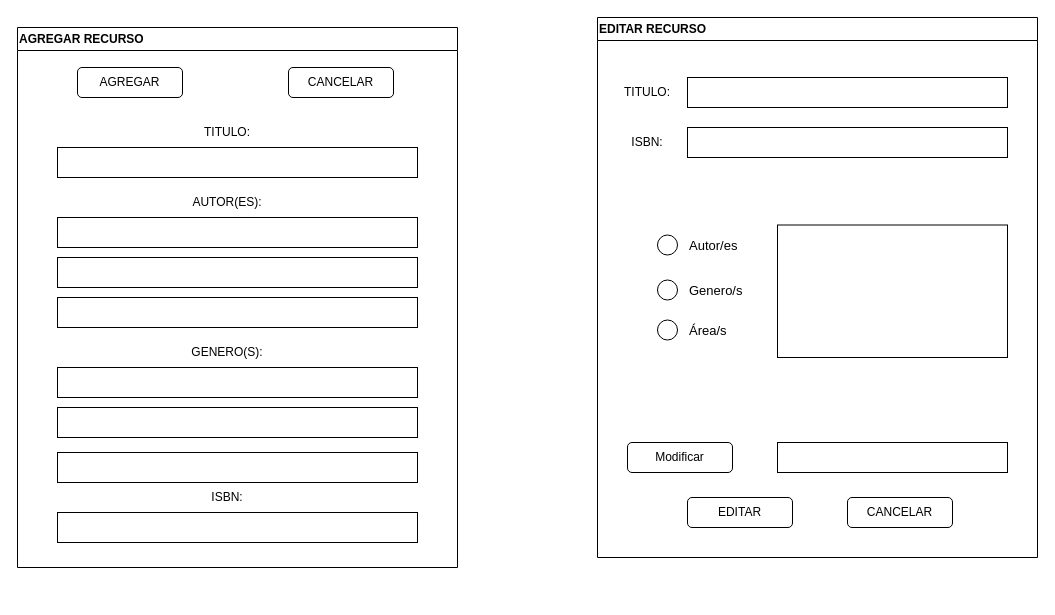
Before: page "Página-2" (2 of 4) of Interface Diagram.drawio in puyojulian/MiniProyecto3FPOE, a draw.io diagram. Source tidied: cells renumbered, new cells numbered last; positions are measured from the earlier drawing's top-left corner, leaving out a move shared by most shapes. Both pictures are drawn from the tidied source at 100%, with x=0, y=0 at pixel (17, 17).
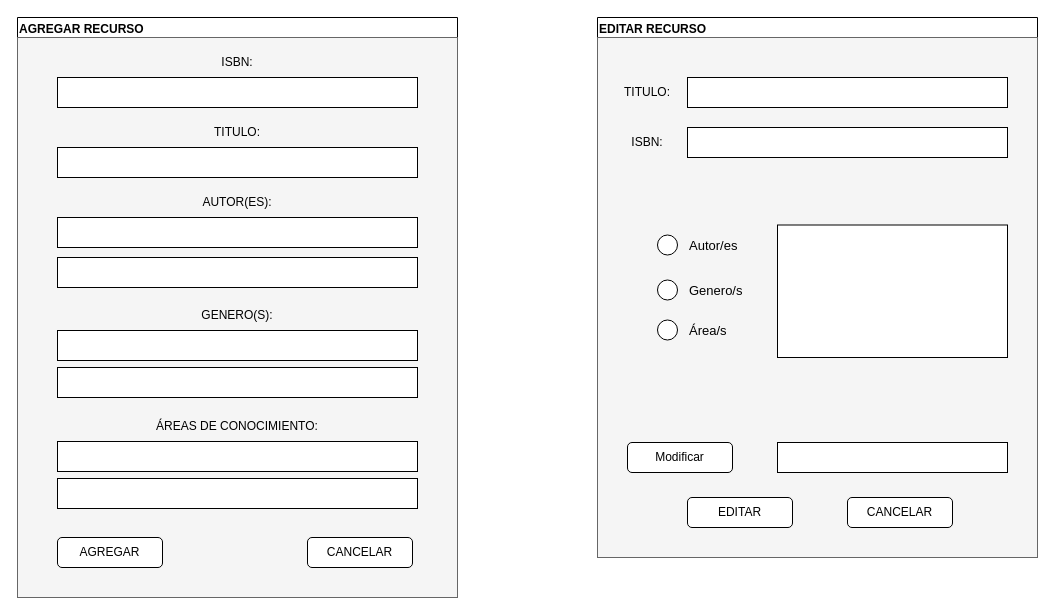
The same page after the edit.

The change refers to these unchanged cells:
```xml
<mxCell id="17" value="EDITAR RECURSO" style="swimlane;whiteSpace=wrap;html=1;align=left;" parent="1" vertex="1">
  <mxGeometry x="580" width="440" height="540" as="geometry" />
</mxCell>
```

What changed in the source:
```diff
@@
     <mxCell id="2" value="AGREGAR RECURSO" style="swimlane;whiteSpace=wrap;html=1;align=left;" parent="1" vertex="1">
-      <mxGeometry y="10" width="440" height="540" as="geometry" />
+      <mxGeometry width="440" height="580" as="geometry" />
     </mxCell>
-    <mxCell id="3" value="AGREGAR" style="rounded=1;whiteSpace=wrap;html=1;" parent="2" vertex="1">
-      <mxGeometry x="60" y="40" width="105" height="30" as="geometry" />
-    </mxCell>
-    <mxCell id="4" value="CANCELAR" style="rounded=1;whiteSpace=wrap;html=1;" parent="2" vertex="1">
-      <mxGeometry x="271" y="40" width="105" height="30" as="geometry" />
-    </mxCell>
+    <mxCell id="33" style="rounded=0;whiteSpace=wrap;html=1;fillColor=#f5f5f5;fontColor=#333333;strokeColor=#666666;" parent="2" vertex="1">
+      <mxGeometry y="20" width="440" height="560" as="geometry" />
+    </mxCell>
     <mxCell id="5" value="TITULO:" style="text;html=1;strokeColor=none;fillColor=none;align=center;verticalAlign=middle;whiteSpace=wrap;rounded=0;" parent="2" vertex="1">
-      <mxGeometry x="180" y="90" width="60" height="30" as="geometry" />
+      <mxGeometry x="190" y="100" width="60" height="30" as="geometry" />
     </mxCell>
     <mxCell id="6" style="rounded=0;whiteSpace=wrap;html=1;" parent="2" vertex="1">
-      <mxGeometry x="40" y="120" width="360" height="30" as="geometry" />
+      <mxGeometry x="40" y="130" width="360" height="30" as="geometry" />
     </mxCell>
     <mxCell id="7" value="AUTOR(ES):" style="text;html=1;strokeColor=none;fillColor=none;align=center;verticalAlign=middle;whiteSpace=wrap;rounded=0;" parent="2" vertex="1">
-      <mxGeometry x="180" y="160" width="60" height="30" as="geometry" />
+      <mxGeometry x="190" y="170" width="60" height="30" as="geometry" />
     </mxCell>
     <mxCell id="8" style="rounded=0;whiteSpace=wrap;html=1;" parent="2" vertex="1">
-      <mxGeometry x="40" y="190" width="360" height="30" as="geometry" />
+      <mxGeometry x="40" y="200" width="360" height="30" as="geometry" />
     </mxCell>
     <mxCell id="9" value="GENERO(S):" style="text;html=1;strokeColor=none;fillColor=none;align=center;verticalAlign=middle;whiteSpace=wrap;rounded=0;" parent="2" vertex="1">
-      <mxGeometry x="180" y="310" width="60" height="30" as="geometry" />
+      <mxGeometry x="190" y="283" width="60" height="30" as="geometry" />
     </mxCell>
     <mxCell id="10" style="rounded=0;whiteSpace=wrap;html=1;" parent="2" vertex="1">
-      <mxGeometry x="40" y="340" width="360" height="30" as="geometry" />
+      <mxGeometry x="40" y="313" width="360" height="30" as="geometry" />
     </mxCell>
     <mxCell id="11" value="ISBN:" style="text;html=1;strokeColor=none;fillColor=none;align=center;verticalAlign=middle;whiteSpace=wrap;rounded=0;" parent="2" vertex="1">
-      <mxGeometry x="180" y="455" width="60" height="30" as="geometry" />
+      <mxGeometry x="190" y="30" width="60" height="30" as="geometry" />
     </mxCell>
     <mxCell id="12" style="rounded=0;whiteSpace=wrap;html=1;" parent="2" vertex="1">
-      <mxGeometry x="40" y="485" width="360" height="30" as="geometry" />
+      <mxGeometry x="40" y="60" width="360" height="30" as="geometry" />
     </mxCell>
-    <mxCell id="13" style="rounded=0;whiteSpace=wrap;html=1;" parent="2" vertex="1">
-      <mxGeometry x="40" y="230" width="360" height="30" as="geometry" />
-    </mxCell>
     <mxCell id="14" style="rounded=0;whiteSpace=wrap;html=1;" parent="2" vertex="1">
-      <mxGeometry x="40" y="270" width="360" height="30" as="geometry" />
+      <mxGeometry x="40" y="240" width="360" height="30" as="geometry" />
     </mxCell>
-    <mxCell id="15" style="rounded=0;whiteSpace=wrap;html=1;" parent="2" vertex="1">
-      <mxGeometry x="40" y="380" width="360" height="30" as="geometry" />
-    </mxCell>
     <mxCell id="16" style="rounded=0;whiteSpace=wrap;html=1;" parent="2" vertex="1">
-      <mxGeometry x="40" y="425" width="360" height="30" as="geometry" />
+      <mxGeometry x="40" y="350" width="360" height="30" as="geometry" />
     </mxCell>
+    <mxCell id="4" value="CANCELAR" style="rounded=1;whiteSpace=wrap;html=1;" parent="2" vertex="1">
+      <mxGeometry x="290" y="520" width="105" height="30" as="geometry" />
+    </mxCell>
+    <mxCell id="3" value="AGREGAR" style="rounded=1;whiteSpace=wrap;html=1;" parent="2" vertex="1">
+      <mxGeometry x="40" y="520" width="105" height="30" as="geometry" />
+    </mxCell>
+    <mxCell id="34" value="ÁREAS DE CONOCIMIENTO:" style="text;html=1;strokeColor=none;fillColor=none;align=center;verticalAlign=middle;whiteSpace=wrap;rounded=0;" parent="2" vertex="1">
+      <mxGeometry x="135" y="394" width="170" height="30" as="geometry" />
+    </mxCell>
+    <mxCell id="35" style="rounded=0;whiteSpace=wrap;html=1;" parent="2" vertex="1">
+      <mxGeometry x="40" y="424" width="360" height="30" as="geometry" />
+    </mxCell>
+    <mxCell id="36" style="rounded=0;whiteSpace=wrap;html=1;" parent="2" vertex="1">
+      <mxGeometry x="40" y="461" width="360" height="30" as="geometry" />
+    </mxCell>
@@
+    <mxCell id="37" style="rounded=0;whiteSpace=wrap;html=1;fillColor=#f5f5f5;fontColor=#333333;strokeColor=#666666;" parent="17" vertex="1">
+      <mxGeometry y="20" width="440" height="520" as="geometry" />
+    </mxCell>
```
